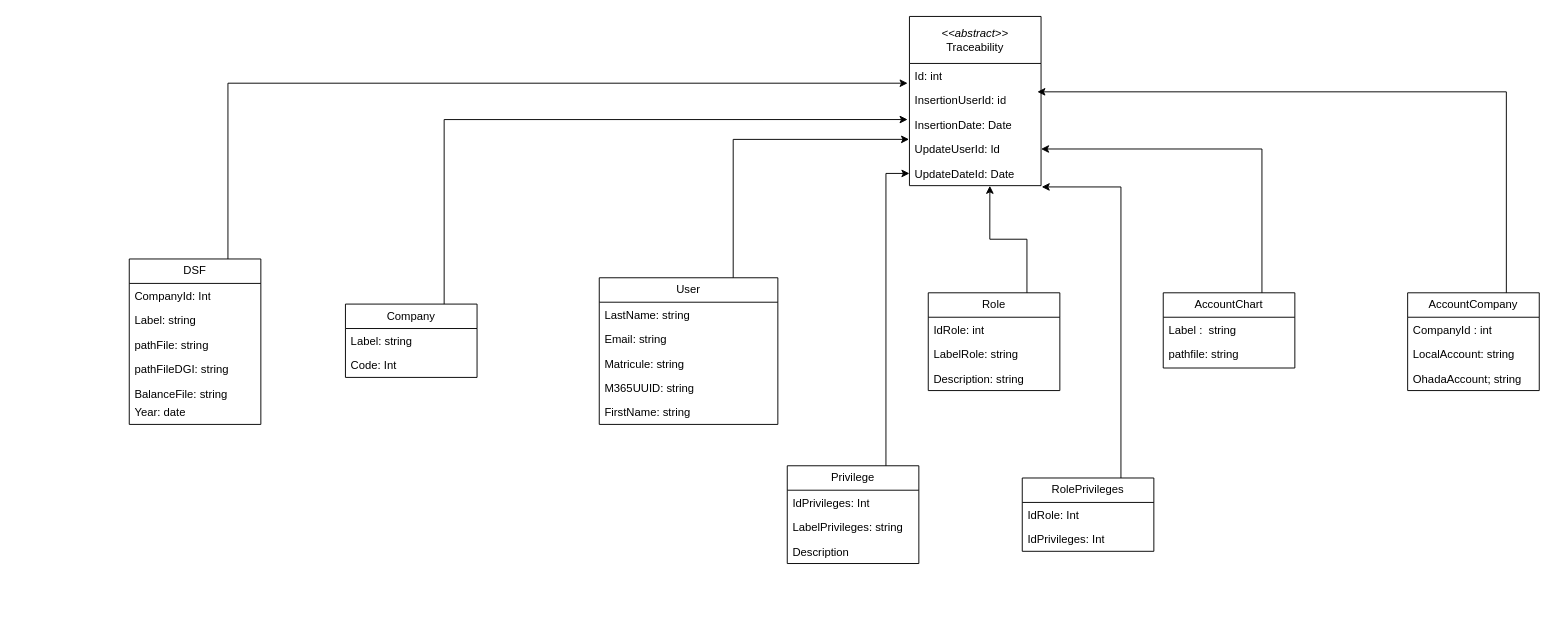
This is Untitled Diagram.drawio from Michelle-Ngami/Conception_DSF, a draw.io file, before an edit. Source tidied: cells renumbered, new cells numbered last; positions are measured from the earlier drawing's top-left corner, leaving out a move shared by most shapes. Both pictures are drawn from the tidied source at 94%, with x=0, y=0 at pixel (129, 16).
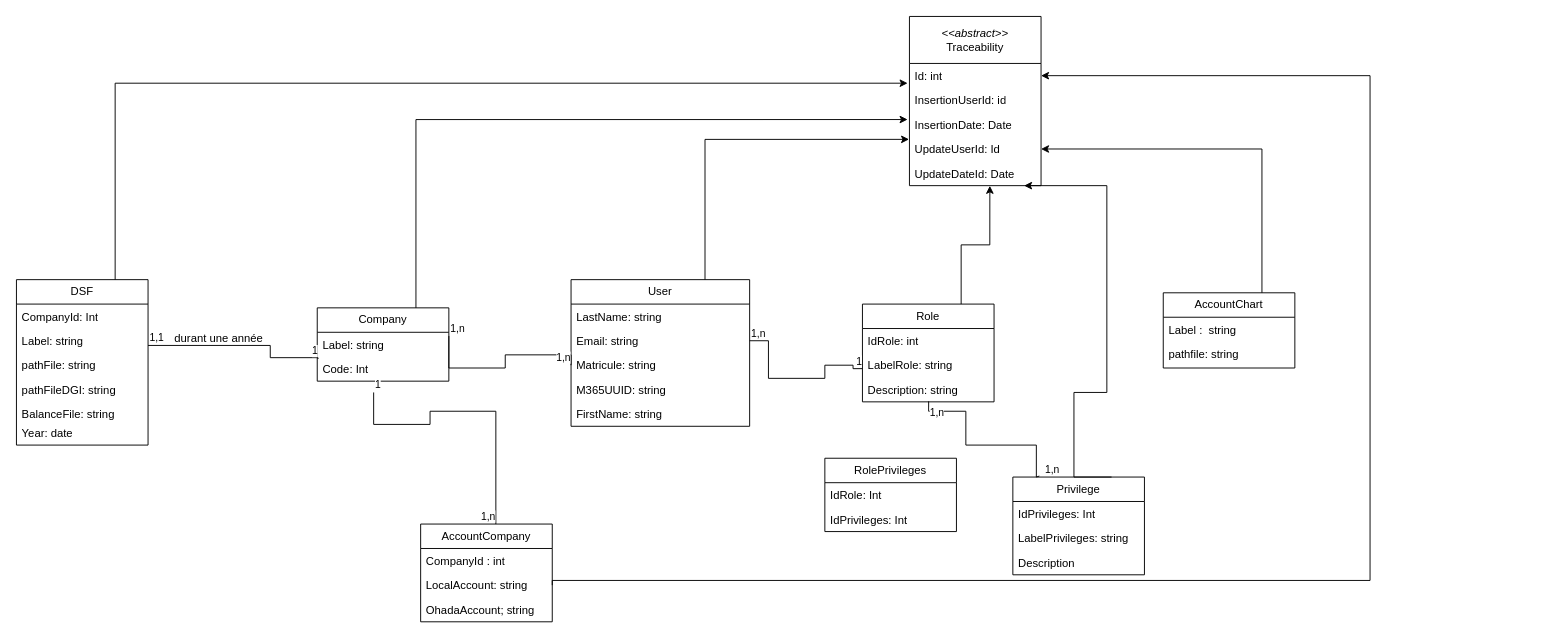
Above is the later version.

The change refers to these unchanged cells:
```xml
<mxCell id="4" value="Email: string" style="text;strokeColor=none;fillColor=none;align=left;verticalAlign=top;spacingLeft=4;spacingRight=4;overflow=hidden;points=[[0,0.5],[1,0.5]];portConstraint=eastwest;whiteSpace=wrap;html=1;" parent="2" vertex="1">
  <mxGeometry y="52" width="190" height="26" as="geometry" />
</mxCell>
<mxCell id="5" value="Matricule: string" style="text;strokeColor=none;fillColor=none;align=left;verticalAlign=top;spacingLeft=4;spacingRight=4;overflow=hidden;points=[[0,0.5],[1,0.5]];portConstraint=eastwest;whiteSpace=wrap;html=1;" parent="2" vertex="1">
  <mxGeometry y="78" width="190" height="26" as="geometry" />
</mxCell>
<mxCell id="9" value="Label: string" style="text;strokeColor=none;fillColor=none;align=left;verticalAlign=top;spacingLeft=4;spacingRight=4;overflow=hidden;points=[[0,0.5],[1,0.5]];portConstraint=eastwest;whiteSpace=wrap;html=1;" parent="8" vertex="1">
  <mxGeometry y="26" width="140" height="26" as="geometry" />
</mxCell>
<mxCell id="13" value="LabelRole: string" style="text;strokeColor=none;fillColor=none;align=left;verticalAlign=top;spacingLeft=4;spacingRight=4;overflow=hidden;points=[[0,0.5],[1,0.5]];portConstraint=eastwest;whiteSpace=wrap;html=1;" parent="11" vertex="1">
  <mxGeometry y="52" width="140" height="26" as="geometry" />
</mxCell>
<mxCell id="14" value="Description: string" style="text;strokeColor=none;fillColor=none;align=left;verticalAlign=top;spacingLeft=4;spacingRight=4;overflow=hidden;points=[[0,0.5],[1,0.5]];portConstraint=eastwest;whiteSpace=wrap;html=1;" parent="11" vertex="1">
  <mxGeometry y="78" width="140" height="26" as="geometry" />
</mxCell>
<mxCell id="24" value="Id: int" style="text;strokeColor=none;fillColor=none;align=left;verticalAlign=top;spacingLeft=4;spacingRight=4;overflow=hidden;points=[[0,0.5],[1,0.5]];portConstraint=eastwest;whiteSpace=wrap;html=1;" parent="23" vertex="1">
  <mxGeometry y="50" width="140" height="26" as="geometry" />
</mxCell>
<mxCell id="25" value="InsertionUserId: id" style="text;strokeColor=none;fillColor=none;align=left;verticalAlign=top;spacingLeft=4;spacingRight=4;overflow=hidden;points=[[0,0.5],[1,0.5]];portConstraint=eastwest;whiteSpace=wrap;html=1;" parent="23" vertex="1">
  <mxGeometry y="76" width="140" height="26" as="geometry" />
</mxCell>
<mxCell id="28" value="UpdateDateId: Date" style="text;strokeColor=none;fillColor=none;align=left;verticalAlign=top;spacingLeft=4;spacingRight=4;overflow=hidden;points=[[0,0.5],[1,0.5]];portConstraint=eastwest;whiteSpace=wrap;html=1;" parent="23" vertex="1">
  <mxGeometry y="154" width="140" height="26" as="geometry" />
</mxCell>
<mxCell id="38" value="LocalAccount: string" style="text;strokeColor=none;fillColor=none;align=left;verticalAlign=top;spacingLeft=4;spacingRight=4;overflow=hidden;points=[[0,0.5],[1,0.5]];portConstraint=eastwest;whiteSpace=wrap;html=1;" parent="36" vertex="1">
  <mxGeometry y="52" width="140" height="26" as="geometry" />
</mxCell>
```

Change to the diagram source:
```diff
@@
     <mxCell id="2" value="User" style="swimlane;fontStyle=0;horizontal=1;startSize=26;fillColor=none;whiteSpace=wrap;html=1;" parent="1" vertex="1">
-      <mxGeometry x="500" y="278" width="190" height="156" as="geometry" />
+      <mxGeometry x="470" y="280" width="190" height="156" as="geometry" />
     </mxCell>
@@
     <mxCell id="8" value="Company" style="swimlane;fontStyle=0;horizontal=1;startSize=26;fillColor=none;whiteSpace=wrap;html=1;" parent="1" vertex="1">
-      <mxGeometry x="230" y="306" width="140" height="78" as="geometry" />
+      <mxGeometry x="200" y="310" width="140" height="78" as="geometry" />
     </mxCell>
@@
     <mxCell id="11" value="Role" style="swimlane;fontStyle=0;horizontal=1;startSize=26;fillColor=none;whiteSpace=wrap;html=1;" parent="1" vertex="1">
-      <mxGeometry x="850" y="294" width="140" height="104" as="geometry" />
+      <mxGeometry x="780" y="306" width="140" height="104" as="geometry" />
     </mxCell>
@@
-    <mxCell id="15" style="edgeStyle=orthogonalEdgeStyle;rounded=0;jettySize=auto;html=1;exitX=0.75;exitY=0;exitDx=0;exitDy=0;entryX=0;entryY=0.5;entryDx=0;entryDy=0;" parent="1" edge="1" source="16" target="28">
-      <mxGeometry relative="1" as="geometry" />
+    <mxCell id="15" style="edgeStyle=orthogonalEdgeStyle;rounded=0;jettySize=auto;html=1;exitX=0.75;exitY=0;exitDx=0;exitDy=0;entryX=0.871;entryY=1;entryDx=0;entryDy=0;entryPerimeter=0;" parent="1" edge="1" source="16" target="28">
+      <mxGeometry relative="1" as="geometry">
+        <Array as="points">
+          <mxPoint x="1005" y="400" />
+          <mxPoint x="1040" y="400" />
+          <mxPoint x="1040" y="180" />
+        </Array>
+      </mxGeometry>
     </mxCell>
     <mxCell id="16" value="Privilege" style="swimlane;fontStyle=0;horizontal=1;startSize=26;fillColor=none;whiteSpace=wrap;html=1;" parent="1" vertex="1">
-      <mxGeometry x="700" y="478" width="140" height="104" as="geometry" />
+      <mxGeometry x="940" y="490" width="140" height="104" as="geometry" />
     </mxCell>
@@
     <mxCell id="20" value="RolePrivileges" style="swimlane;fontStyle=0;horizontal=1;startSize=26;fillColor=none;whiteSpace=wrap;html=1;" parent="1" vertex="1">
-      <mxGeometry x="950" y="491" width="140" height="78" as="geometry" />
+      <mxGeometry x="740" y="470" width="140" height="78" as="geometry" />
     </mxCell>
@@
     <mxCell id="29" value="DSF" style="swimlane;fontStyle=0;horizontal=1;startSize=26;fillColor=none;whiteSpace=wrap;html=1;" parent="1" vertex="1">
-      <mxGeometry y="258" width="140" height="176" as="geometry" />
+      <mxGeometry x="-120" y="280" width="140" height="176" as="geometry" />
     </mxCell>
@@
     <mxCell id="36" value="AccountCompany" style="swimlane;fontStyle=0;horizontal=1;startSize=26;fillColor=none;whiteSpace=wrap;html=1;" parent="1" vertex="1">
-      <mxGeometry x="1360" y="294" width="140" height="104" as="geometry" />
+      <mxGeometry x="310" y="540" width="140" height="104" as="geometry" />
     </mxCell>
@@
-    <mxCell id="44" style="edgeStyle=orthogonalEdgeStyle;rounded=0;jettySize=auto;html=1;exitX=0.75;exitY=0;exitDx=0;exitDy=0;entryX=1.005;entryY=1.052;entryDx=0;entryDy=0;entryPerimeter=0;" parent="1" edge="1" source="20" target="28">
-      <mxGeometry relative="1" as="geometry" />
-    </mxCell>
-    <mxCell id="45" style="edgeStyle=orthogonalEdgeStyle;rounded=0;jettySize=auto;html=1;exitX=0.75;exitY=0;exitDx=0;exitDy=0;entryX=0.972;entryY=0.161;entryDx=0;entryDy=0;entryPerimeter=0;" parent="1" edge="1" source="36" target="25">
-      <mxGeometry relative="1" as="geometry" />
+    <mxCell id="45" style="edgeStyle=orthogonalEdgeStyle;rounded=0;jettySize=auto;html=1;exitX=1;exitY=0.5;exitDx=0;exitDy=0;entryX=1;entryY=0.5;entryDx=0;entryDy=0;" parent="1" edge="1" source="38" target="24">
+      <mxGeometry relative="1" as="geometry">
+        <Array as="points">
+          <mxPoint x="450" y="600" />
+          <mxPoint x="1320" y="600" />
+          <mxPoint x="1320" y="63" />
+        </Array>
+      </mxGeometry>
     </mxCell>
@@
+    <mxCell id="50" style="endArrow=none;html=1;edgeStyle=orthogonalEdgeStyle;rounded=0;entryX=0;entryY=0.5;entryDx=0;entryDy=0;exitX=1;exitY=0.154;exitDx=0;exitDy=0;exitPerimeter=0;" parent="1" edge="1" source="9" target="5">
+      <mxGeometry relative="1" as="geometry">
+        <Array as="points">
+          <mxPoint x="340" y="374" />
+          <mxPoint x="400" y="374" />
+          <mxPoint x="400" y="360" />
+          <mxPoint x="470" y="360" />
+        </Array>
+      </mxGeometry>
+    </mxCell>
+    <mxCell id="51" value="1,n" style="edgeLabel;html=1;align=left;verticalAlign=bottom;" parent="50" vertex="1">
+      <mxGeometry x="-1" relative="1" as="geometry" />
+    </mxCell>
+    <mxCell id="52" value="1,n" style="edgeLabel;html=1;align=right;verticalAlign=bottom;" parent="50" vertex="1">
+      <mxGeometry x="1" relative="1" as="geometry" />
+    </mxCell>
+    <mxCell id="53" style="endArrow=none;html=1;edgeStyle=orthogonalEdgeStyle;rounded=0;exitX=1;exitY=0.154;exitDx=0;exitDy=0;exitPerimeter=0;" parent="1" edge="1" target="36">
+      <mxGeometry relative="1" as="geometry">
+        <mxPoint x="260" y="400" as="sourcePoint" />
+        <Array as="points">
+          <mxPoint x="260" y="434" />
+          <mxPoint x="320" y="434" />
+          <mxPoint x="320" y="420" />
+          <mxPoint x="390" y="420" />
+        </Array>
+      </mxGeometry>
+    </mxCell>
+    <mxCell id="54" value="1" style="edgeLabel;html=1;align=left;verticalAlign=bottom;" parent="53" vertex="1">
+      <mxGeometry x="-1" relative="1" as="geometry" />
+    </mxCell>
+    <mxCell id="55" value="1,n" style="edgeLabel;html=1;align=right;verticalAlign=bottom;" parent="53" vertex="1">
+      <mxGeometry x="1" relative="1" as="geometry" />
+    </mxCell>
+    <mxCell id="56" style="endArrow=none;html=1;edgeStyle=orthogonalEdgeStyle;rounded=0;exitX=1;exitY=0.154;exitDx=0;exitDy=0;exitPerimeter=0;entryX=0.006;entryY=1.092;entryDx=0;entryDy=0;entryPerimeter=0;" parent="1" edge="1" target="9">
+      <mxGeometry relative="1" as="geometry">
+        <mxPoint x="20" y="350" as="sourcePoint" />
+        <Array as="points">
+          <mxPoint x="150" y="350" />
+          <mxPoint x="150" y="363" />
+          <mxPoint x="201" y="363" />
+        </Array>
+      </mxGeometry>
+    </mxCell>
+    <mxCell id="57" value="1,1" style="edgeLabel;html=1;align=left;verticalAlign=bottom;" parent="56" vertex="1">
+      <mxGeometry x="-1" relative="1" as="geometry" />
+    </mxCell>
+    <mxCell id="58" value="1" style="edgeLabel;html=1;align=right;verticalAlign=bottom;" parent="56" vertex="1">
+      <mxGeometry x="1" relative="1" as="geometry" />
+    </mxCell>
+    <mxCell id="59" value="durant une année" style="text;html=1;align=center;verticalAlign=middle;strokeColor=none;fillColor=none;" parent="1" vertex="1">
+      <mxGeometry x="35" y="328" width="120" height="30" as="geometry" />
+    </mxCell>
+    <mxCell id="60" style="endArrow=none;html=1;edgeStyle=orthogonalEdgeStyle;rounded=0;entryX=-0.001;entryY=0.641;entryDx=0;entryDy=0;exitX=1;exitY=0.5;exitDx=0;exitDy=0;entryPerimeter=0;" parent="1" edge="1" source="4" target="13">
+      <mxGeometry relative="1" as="geometry">
+        <Array as="points">
+          <mxPoint x="680" y="345" />
+          <mxPoint x="680" y="385" />
+          <mxPoint x="740" y="385" />
+          <mxPoint x="740" y="371" />
+          <mxPoint x="770" y="371" />
+          <mxPoint x="770" y="375" />
+          <mxPoint x="780" y="375" />
+        </Array>
+      </mxGeometry>
+    </mxCell>
+    <mxCell id="61" value="1,n" style="edgeLabel;html=1;align=left;verticalAlign=bottom;" parent="60" vertex="1">
+      <mxGeometry x="-1" relative="1" as="geometry" />
+    </mxCell>
+    <mxCell id="62" value="1" style="edgeLabel;html=1;align=right;verticalAlign=bottom;" parent="60" vertex="1">
+      <mxGeometry x="1" relative="1" as="geometry" />
+    </mxCell>
+    <mxCell id="63" style="endArrow=none;html=1;edgeStyle=orthogonalEdgeStyle;rounded=0;entryX=0.201;entryY=-0.01;entryDx=0;entryDy=0;exitX=0.503;exitY=0.979;exitDx=0;exitDy=0;exitPerimeter=0;entryPerimeter=0;" parent="1" edge="1" source="14" target="16">
+      <mxGeometry relative="1" as="geometry">
+        <Array as="points">
+          <mxPoint x="850" y="420" />
+          <mxPoint x="890" y="420" />
+          <mxPoint x="890" y="456" />
+          <mxPoint x="965" y="456" />
+          <mxPoint x="965" y="490" />
+          <mxPoint x="968" y="490" />
+        </Array>
+      </mxGeometry>
+    </mxCell>
+    <mxCell id="64" value="1,n" style="edgeLabel;html=1;align=left;verticalAlign=bottom;" parent="63" vertex="1">
+      <mxGeometry x="-1" relative="1" as="geometry">
+        <mxPoint y="21" as="offset" />
+      </mxGeometry>
+    </mxCell>
+    <mxCell id="65" value="1,n" style="edgeLabel;html=1;align=right;verticalAlign=bottom;" parent="63" vertex="1">
+      <mxGeometry x="1" relative="1" as="geometry">
+        <mxPoint x="22" y="1" as="offset" />
+      </mxGeometry>
+    </mxCell>
```
